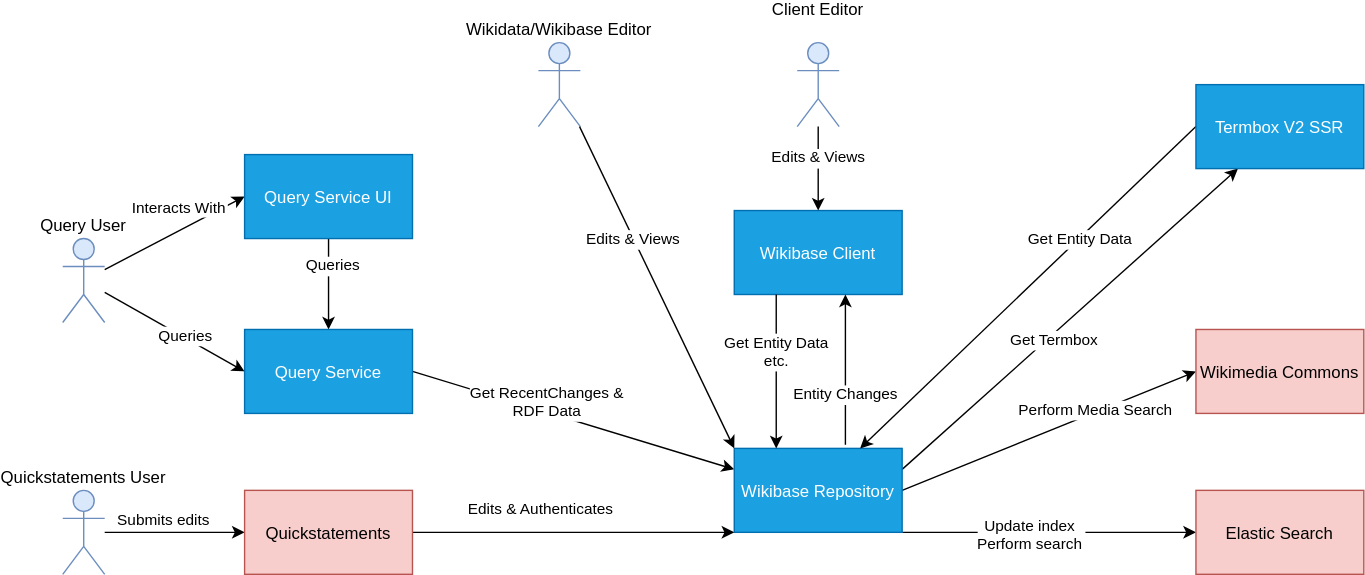
This is diagrams/03-business-context.drawio.svg from wmde/wikidata-wikibase-architecture, a draw.io export, as it was before one commit. Source tidied: cells renumbered, new cells last; positions are measured from the earlier drawing's top-left corner, leaving out a move shared by most shapes. Its diagram source:
```xml
<mxGraphModel>
  <root>
    <mxCell id="0" />
    <mxCell id="1" parent="0" />
    <mxCell id="2" value="Client Editor&#10;" style="shape=umlActor;verticalLabelPosition=top;verticalAlign=bottom;outlineConnect=0;fillColor=#dae8fc;strokeColor=#6c8ebf;labelPosition=center;align=center;" parent="1" vertex="1">
      <mxGeometry x="525" width="30" height="60" as="geometry" />
    </mxCell>
    <mxCell id="3" style="edgeStyle=orthogonalEdgeStyle;rounded=0;jettySize=auto;html=1;" parent="1" edge="1" source="5" target="29">
      <mxGeometry relative="1" as="geometry" />
    </mxCell>
    <mxCell id="4" value="Submits edits" style="edgeLabel;align=center;verticalAlign=middle;" parent="3" vertex="1">
      <mxGeometry x="0.12" y="-1" relative="1" as="geometry">
        <mxPoint x="-14.1" y="-11" as="offset" />
      </mxGeometry>
    </mxCell>
    <mxCell id="5" value="Quickstatements User" style="shape=umlActor;verticalLabelPosition=top;verticalAlign=bottom;outlineConnect=0;fillColor=#dae8fc;strokeColor=#6c8ebf;labelPosition=center;align=center;" parent="1" vertex="1">
      <mxGeometry y="320" width="30" height="60" as="geometry" />
    </mxCell>
    <mxCell id="6" style="rounded=0;jettySize=auto;html=1;entryX=0;entryY=0.5;entryDx=0;entryDy=0;" parent="1" edge="1" source="10" target="13">
      <mxGeometry relative="1" as="geometry" />
    </mxCell>
    <mxCell id="7" value="Interacts With" style="edgeLabel;align=center;verticalAlign=middle;" parent="6" vertex="1">
      <mxGeometry x="0.24" y="2" relative="1" as="geometry">
        <mxPoint x="-8.3" y="-11.1" as="offset" />
      </mxGeometry>
    </mxCell>
    <mxCell id="8" style="rounded=0;jettySize=auto;html=1;entryX=0;entryY=0.5;entryDx=0;entryDy=0;" parent="1" edge="1" source="10" target="16">
      <mxGeometry relative="1" as="geometry" />
    </mxCell>
    <mxCell id="9" value="Queries" style="edgeLabel;align=center;verticalAlign=middle;" parent="8" vertex="1">
      <mxGeometry x="0.14" y="2" relative="1" as="geometry" />
    </mxCell>
    <mxCell id="10" value="Query User" style="shape=umlActor;verticalLabelPosition=top;verticalAlign=bottom;outlineConnect=0;fillColor=#dae8fc;strokeColor=#6c8ebf;labelPosition=center;align=center;" parent="1" vertex="1">
      <mxGeometry y="140" width="30" height="60" as="geometry" />
    </mxCell>
    <mxCell id="11" style="rounded=0;jettySize=auto;html=1;entryX=0.5;entryY=0;entryDx=0;entryDy=0;" parent="1" edge="1" source="13" target="16">
      <mxGeometry relative="1" as="geometry" />
    </mxCell>
    <mxCell id="12" value="Queries" style="edgeLabel;align=center;verticalAlign=middle;" parent="11" vertex="1">
      <mxGeometry x="-0.29" y="3" relative="1" as="geometry">
        <mxPoint y="-5" as="offset" />
      </mxGeometry>
    </mxCell>
    <mxCell id="13" value="Query Service UI" style="rounded=0;fillColor=#1ba1e2;strokeColor=#006EAF;fontColor=#ffffff;" parent="1" vertex="1">
      <mxGeometry x="130" y="80" width="120" height="60" as="geometry" />
    </mxCell>
    <mxCell id="14" style="rounded=0;jettySize=auto;html=1;entryX=0;entryY=0.25;entryDx=0;entryDy=0;exitX=1;exitY=0.5;exitDx=0;exitDy=0;" parent="1" edge="1" source="16" target="23">
      <mxGeometry relative="1" as="geometry" />
    </mxCell>
    <mxCell id="15" value="Get RecentChanges &amp;&#10;RDF Data " style="edgeLabel;align=center;verticalAlign=middle;" parent="14" vertex="1">
      <mxGeometry x="0.25" y="4" relative="1" as="geometry">
        <mxPoint x="-49.7" y="-19.3" as="offset" />
      </mxGeometry>
    </mxCell>
    <mxCell id="16" value="Query Service" style="rounded=0;fillColor=#1ba1e2;strokeColor=#006EAF;fontColor=#ffffff;" parent="1" vertex="1">
      <mxGeometry x="130" y="205" width="120" height="60" as="geometry" />
    </mxCell>
    <mxCell id="17" style="edgeStyle=none;rounded=0;jettySize=auto;html=1;entryX=0.25;entryY=1;entryDx=0;entryDy=0;exitX=1;exitY=0.25;exitDx=0;exitDy=0;" parent="1" edge="1" source="23" target="26">
      <mxGeometry relative="1" as="geometry" />
    </mxCell>
    <mxCell id="18" value="Get Termbox" style="edgeLabel;align=center;verticalAlign=middle;" parent="17" vertex="1">
      <mxGeometry x="-0.11" y="-3" relative="1" as="geometry" />
    </mxCell>
    <mxCell id="19" style="edgeStyle=none;rounded=0;jettySize=auto;html=1;exitX=1;exitY=1;exitDx=0;exitDy=0;" parent="1" edge="1" source="23" target="31">
      <mxGeometry relative="1" as="geometry" />
    </mxCell>
    <mxCell id="20" value="Update index&#10;Perform search" style="edgeLabel;align=center;verticalAlign=middle;" parent="19" vertex="1">
      <mxGeometry x="-0.35" y="-1" relative="1" as="geometry">
        <mxPoint x="22" as="offset" />
      </mxGeometry>
    </mxCell>
    <mxCell id="21" style="edgeStyle=none;rounded=0;jettySize=auto;html=1;exitX=1;exitY=0.5;exitDx=0;exitDy=0;entryX=0;entryY=0.5;entryDx=0;entryDy=0;" parent="1" edge="1" source="23" target="30">
      <mxGeometry relative="1" as="geometry" />
    </mxCell>
    <mxCell id="22" value="Perform Media Search" style="edgeLabel;align=center;verticalAlign=middle;" parent="21" vertex="1">
      <mxGeometry x="0.26" y="-4" relative="1" as="geometry">
        <mxPoint x="4" y="-8.3" as="offset" />
      </mxGeometry>
    </mxCell>
    <mxCell id="23" value="Wikibase Repository" style="rounded=0;fillColor=#1ba1e2;strokeColor=#006EAF;fontColor=#ffffff;" parent="1" vertex="1">
      <mxGeometry x="480" y="290" width="120" height="60" as="geometry" />
    </mxCell>
    <mxCell id="24" style="rounded=0;jettySize=auto;html=1;entryX=0.75;entryY=0;entryDx=0;entryDy=0;exitX=0;exitY=0.5;exitDx=0;exitDy=0;" parent="1" edge="1" source="26" target="23">
      <mxGeometry relative="1" as="geometry" />
    </mxCell>
    <mxCell id="25" value="Get Entity Data" style="edgeLabel;align=center;verticalAlign=middle;" parent="24" vertex="1">
      <mxGeometry x="-0.31" relative="1" as="geometry" />
    </mxCell>
    <mxCell id="26" value="Termbox V2 SSR" style="rounded=0;fillColor=#1ba1e2;strokeColor=#006EAF;fontColor=#ffffff;" parent="1" vertex="1">
      <mxGeometry x="810" y="30" width="120" height="60" as="geometry" />
    </mxCell>
    <mxCell id="27" style="rounded=0;jettySize=auto;html=1;entryX=0;entryY=1;entryDx=0;entryDy=0;" parent="1" edge="1" source="29" target="23">
      <mxGeometry relative="1" as="geometry" />
    </mxCell>
    <mxCell id="28" value="Edits &amp; Authenticates" style="edgeLabel;align=center;verticalAlign=middle;rotation=0;" parent="27" vertex="1">
      <mxGeometry x="0.12" y="5" relative="1" as="geometry">
        <mxPoint x="-37.6" y="-12.7" as="offset" />
      </mxGeometry>
    </mxCell>
    <mxCell id="29" value="Quickstatements" style="rounded=0;fillColor=#f8cecc;strokeColor=#b85450;" parent="1" vertex="1">
      <mxGeometry x="130" y="320" width="120" height="60" as="geometry" />
    </mxCell>
    <mxCell id="30" value="Wikimedia Commons" style="rounded=0;fillColor=#f8cecc;strokeColor=#b85450;" parent="1" vertex="1">
      <mxGeometry x="810" y="205" width="120" height="60" as="geometry" />
    </mxCell>
    <mxCell id="31" value="Elastic Search" style="rounded=0;fillColor=#f8cecc;strokeColor=#b85450;" parent="1" vertex="1">
      <mxGeometry x="810" y="320" width="120" height="60" as="geometry" />
    </mxCell>
    <mxCell id="32" value="Wikibase Client" style="rounded=0;fillColor=#1ba1e2;strokeColor=#006EAF;fontColor=#ffffff;" parent="1" vertex="1">
      <mxGeometry x="480" y="120" width="120" height="60" as="geometry" />
    </mxCell>
    <mxCell id="33" value="Wikidata/Wikibase Editor" style="shape=umlActor;verticalLabelPosition=top;verticalAlign=bottom;outlineConnect=0;fillColor=#dae8fc;strokeColor=#6c8ebf;labelPosition=center;align=center;" parent="1" vertex="1">
      <mxGeometry x="340" width="30" height="60" as="geometry" />
    </mxCell>
    <mxCell id="34" style="rounded=0;jettySize=auto;html=1;entryX=0;entryY=0;entryDx=0;entryDy=0;" parent="1" edge="1" source="33" target="23">
      <mxGeometry relative="1" as="geometry" />
    </mxCell>
    <mxCell id="35" value="Edits &amp; Views" style="edgeLabel;align=center;verticalAlign=middle;" parent="34" vertex="1">
      <mxGeometry x="-0.31" relative="1" as="geometry" />
    </mxCell>
    <mxCell id="36" style="rounded=0;jettySize=auto;html=1;entryX=0.5;entryY=0;entryDx=0;entryDy=0;" parent="1" edge="1" source="2" target="32">
      <mxGeometry relative="1" as="geometry" />
    </mxCell>
    <mxCell id="37" value="Edits &amp; Views" style="edgeLabel;align=center;verticalAlign=middle;" parent="36" vertex="1">
      <mxGeometry x="-0.31" relative="1" as="geometry" />
    </mxCell>
    <mxCell id="38" style="rounded=0;jettySize=auto;html=1;entryX=0.25;entryY=0;entryDx=0;entryDy=0;exitX=0.25;exitY=1;exitDx=0;exitDy=0;" parent="1" edge="1" source="32" target="23">
      <mxGeometry relative="1" as="geometry" />
    </mxCell>
    <mxCell id="39" value="Get Entity Data&#10;etc." style="edgeLabel;align=center;verticalAlign=middle;" parent="38" vertex="1">
      <mxGeometry x="-0.31" relative="1" as="geometry">
        <mxPoint y="2.3" as="offset" />
      </mxGeometry>
    </mxCell>
    <mxCell id="40" style="rounded=0;jettySize=auto;html=1;entryX=0.662;entryY=1;entryDx=0;entryDy=0;exitX=0.662;exitY=-0.043;exitDx=0;exitDy=0;exitPerimeter=0;entryPerimeter=0;" parent="1" edge="1" source="23" target="32">
      <mxGeometry relative="1" as="geometry" />
    </mxCell>
    <mxCell id="41" value="Entity Changes" style="edgeLabel;align=center;verticalAlign=middle;" parent="40" vertex="1">
      <mxGeometry x="-0.31" relative="1" as="geometry" />
    </mxCell>
  </root>
</mxGraphModel>
```
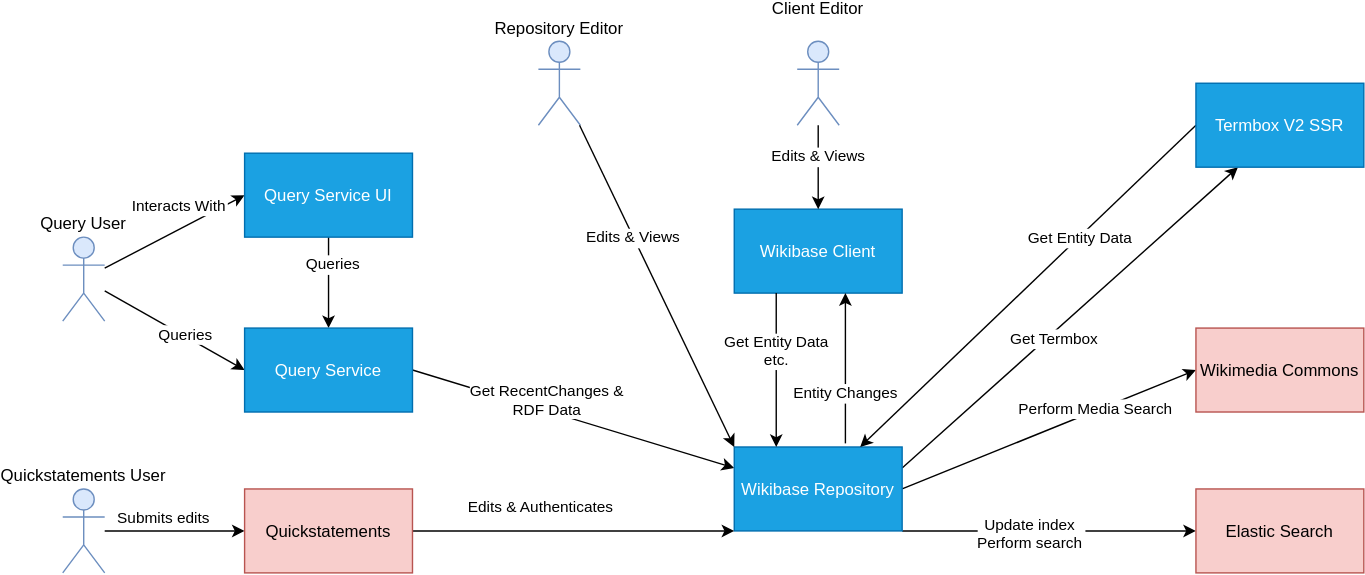
After the commit.

Commit message:
Slight revamp overview page

Change to the diagram source:
```diff
@@ -109,7 +109,7 @@
     <mxCell id="32" value="Wikibase Client" style="rounded=0;fillColor=#1ba1e2;strokeColor=#006EAF;fontColor=#ffffff;" parent="1" vertex="1">
       <mxGeometry x="480" y="120" width="120" height="60" as="geometry" />
     </mxCell>
-    <mxCell id="33" value="Wikidata/Wikibase Editor" style="shape=umlActor;verticalLabelPosition=top;verticalAlign=bottom;outlineConnect=0;fillColor=#dae8fc;strokeColor=#6c8ebf;labelPosition=center;align=center;" parent="1" vertex="1">
+    <mxCell id="33" value="Repository Editor" style="shape=umlActor;verticalLabelPosition=top;verticalAlign=bottom;outlineConnect=0;fillColor=#dae8fc;strokeColor=#6c8ebf;labelPosition=center;align=center;" parent="1" vertex="1">
       <mxGeometry x="340" width="30" height="60" as="geometry" />
     </mxCell>
     <mxCell id="34" style="rounded=0;jettySize=auto;html=1;entryX=0;entryY=0;entryDx=0;entryDy=0;" parent="1" edge="1" source="33" target="23">
```
